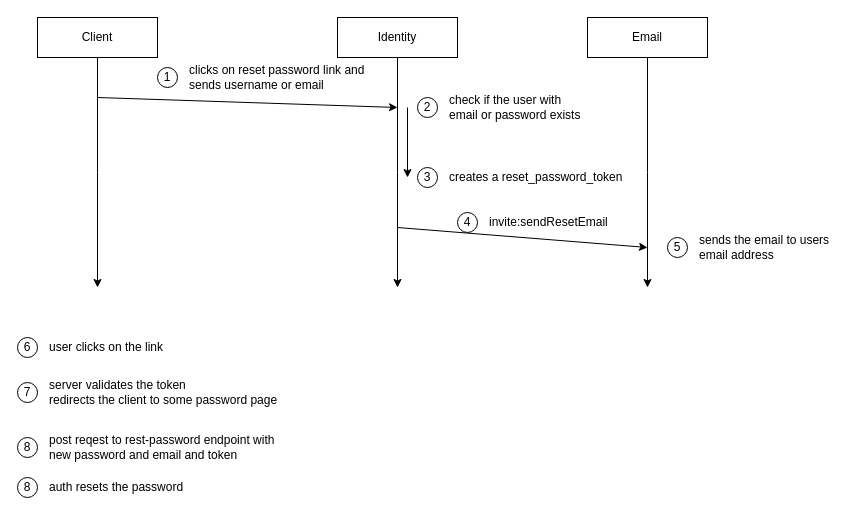
The draw.io diagram page "password reset" (4 of 5) of identity/docs/diagrams/flowcharts/identity-email.flow.drawio in sourabh-singh-rawat/issue-tracker-services, before the edit. Source tidied: cells renumbered, new cells numbered last; positions are measured from the earlier drawing's top-left corner, leaving out a move shared by most shapes. Both pictures are drawn from the tidied source at 100%, with x=0, y=0 at pixel (17, 17).
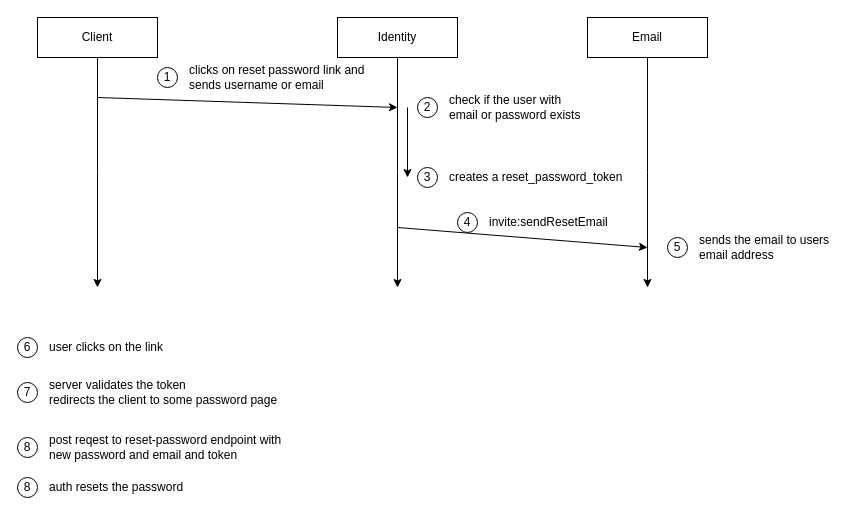
After the change.

Diff of the diagram source:
```diff
@@
-    <mxCell id="26" value="post reqest to rest-password endpoint with &lt;br&gt;new password and email and token" style="text;html=1;align=left;verticalAlign=middle;strokeColor=none;fillColor=none;" parent="1" vertex="1">
-      <mxGeometry x="30" y="410" width="250" height="40" as="geometry" />
+    <mxCell id="26" value="post reqest to reset-password endpoint with &lt;br&gt;new password and email and token" style="text;html=1;align=left;verticalAlign=middle;strokeColor=none;fillColor=none;" parent="1" vertex="1">
+      <mxGeometry x="30" y="410" width="260" height="40" as="geometry" />
     </mxCell>
```
